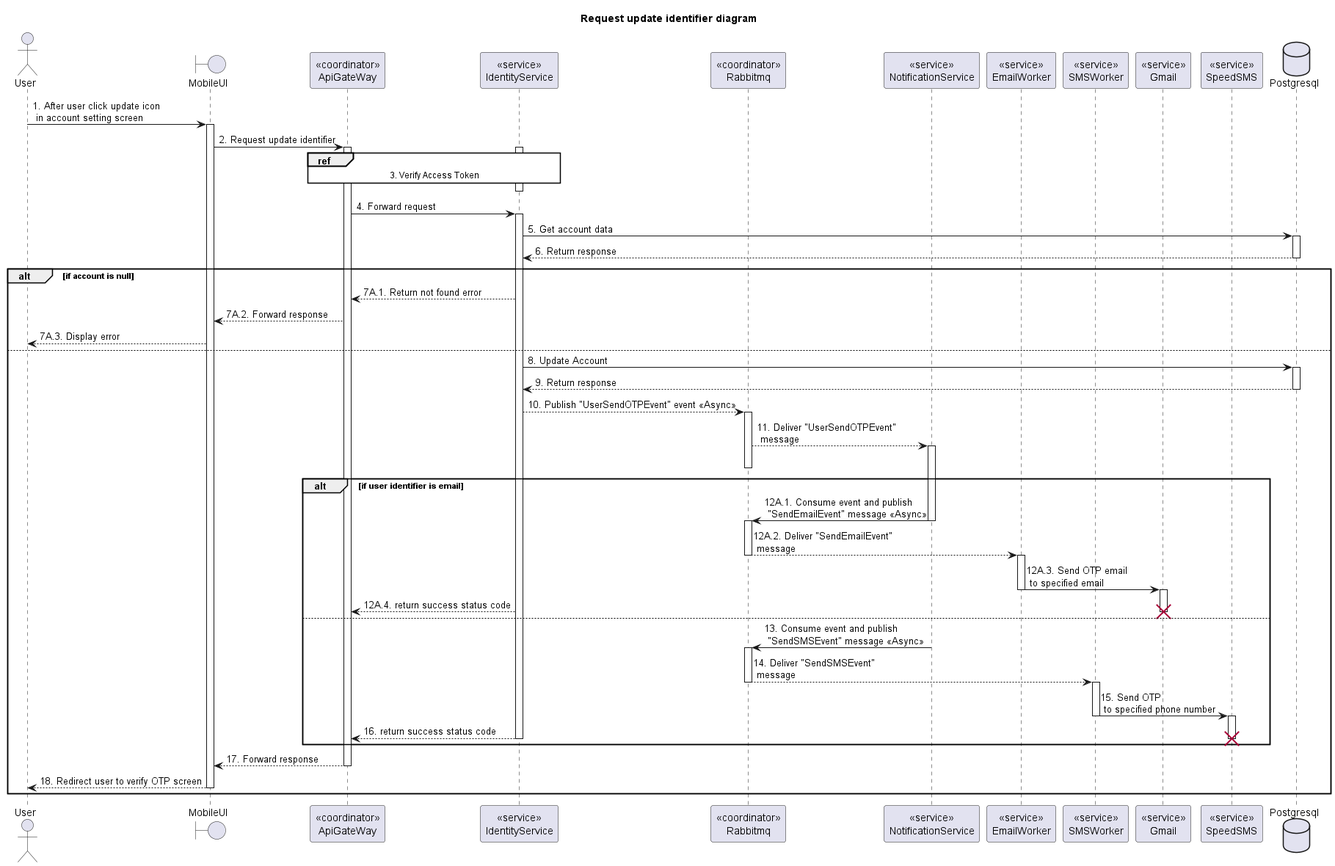
Above: doc/SDS/Identity/RequestUpdateIdentifier/Sequence.png in Carl-Johnsons/tastopia (PlantUML), before the change.
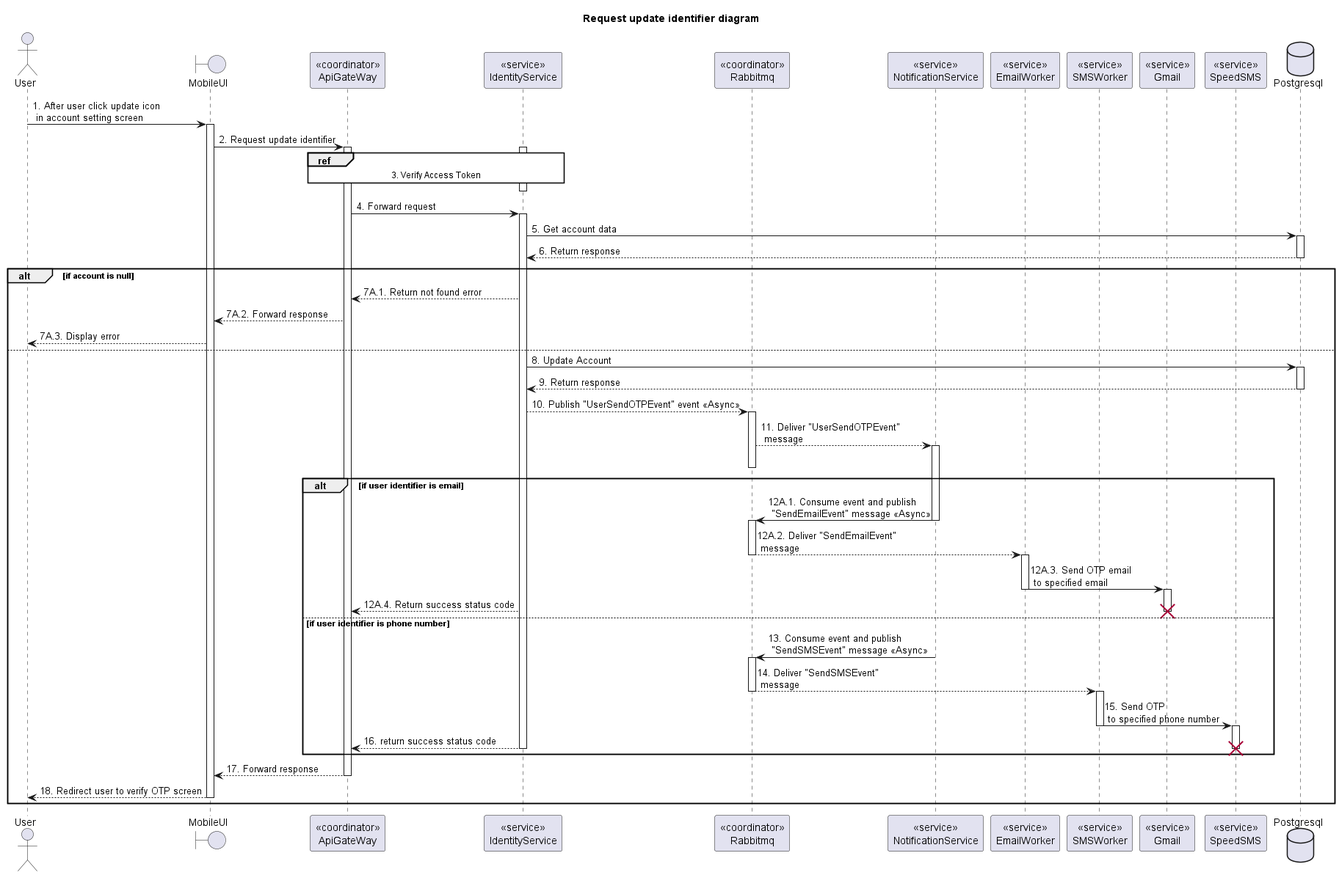
Later version of the same file.

The edit, as a diff of the source:
```diff
@@ -56,10 +56,10 @@
     deactivate EmailWorker
     activate Gmail
 
-    ApiGateway <-- IdentityService: 12A.4. return success status code
+    ApiGateway <-- IdentityService: 12A.4. Return success status code
     deactivate Gmail
     destroy Gmail
-  else
+  else if user identifier is phone number
     NotificationService -> Rabbitmq: 13. Consume event and publish \n "SendSMSEvent" message <<Async>>
     deactivate NotificationService
     activate Rabbitmq
```
